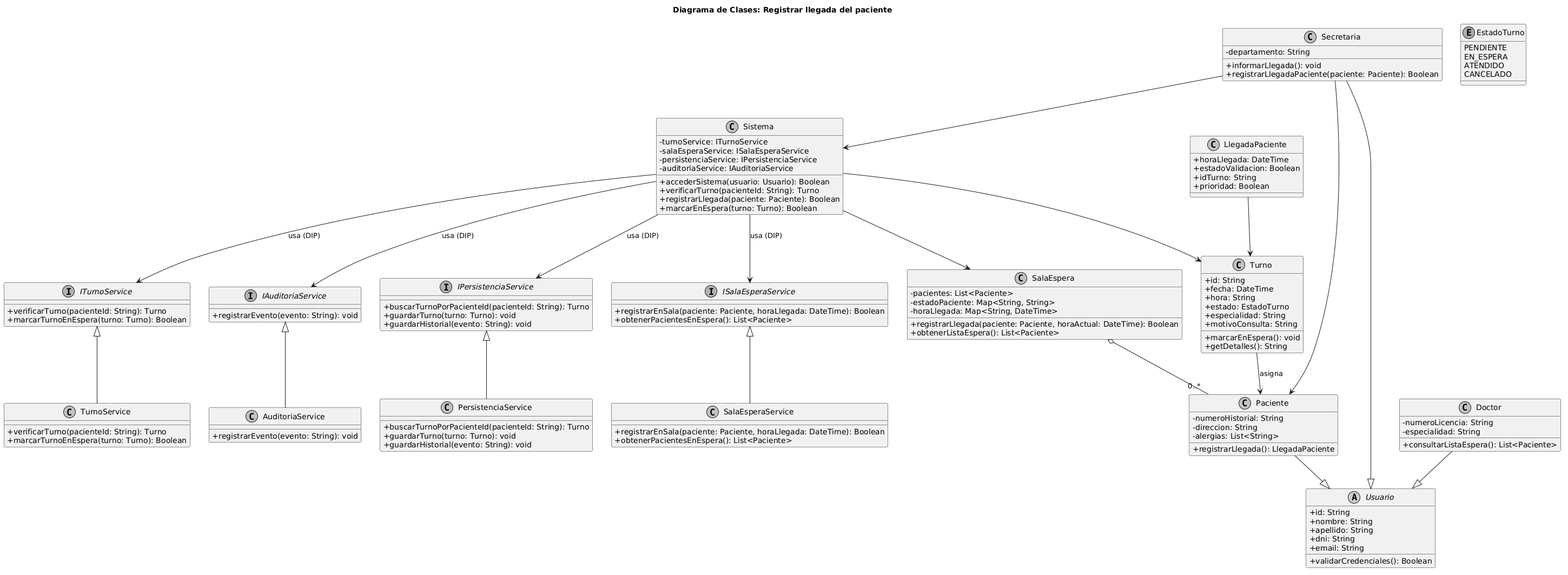
Earlier version of the PlantUML export diagramas/01-diagrama-clases/02-clases-registrar-llegada-02.png (FacundoGuiraldes/SistemaTurnosMedicos).
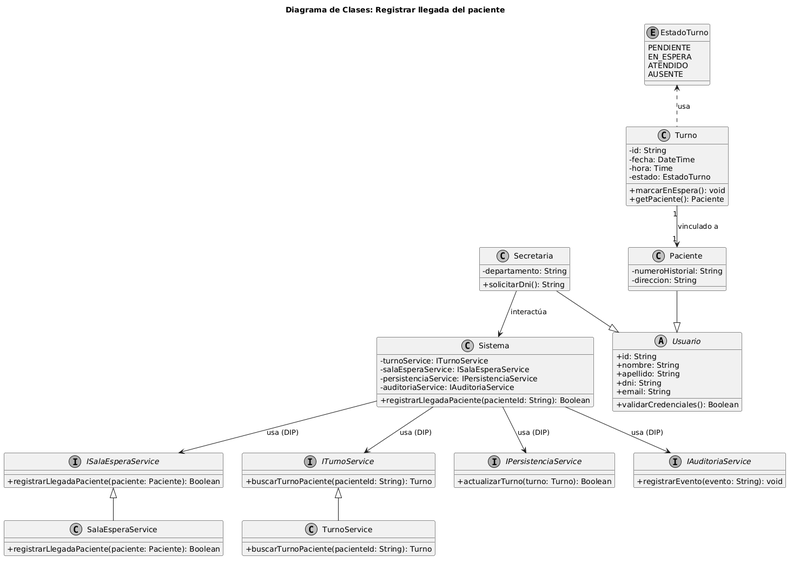
The same diagram one commit later.

Commit message:
docs(qa): unificar nomenclatura de metodos en CU2 para consistencia absoluta

The edit, as a diff of the source:
```diff
@@ -16,69 +16,39 @@
 class Paciente {
     -numeroHistorial: String
     -direccion: String
-    -alergias: List<String>
-    +registrarLlegada(): LlegadaPaciente
 }
 
 class Secretaria {
     -departamento: String
-    +informarLlegada(): void
-    +registrarLlegadaPaciente(paciente: Paciente): Boolean
+    +solicitarDni(): String
 }
 
-class Doctor {
-    -numeroLicencia: String
-    -especialidad: String
-    +consultarListaEspera(): List<Paciente>
+class Turno {
+    -id: String
+    -fecha: DateTime
+    -hora: Time
+    -estado: EstadoTurno
+    +marcarEnEspera(): void
+    +getPaciente(): Paciente
 }
 
 enum EstadoTurno {
     PENDIENTE
     EN_ESPERA
     ATENDIDO
-    CANCELADO
-}
-
-class Turno {
-    +id: String
-    +fecha: DateTime
-    +hora: String
-    +estado: EstadoTurno
-    +especialidad: String
-    +motivoConsulta: String
-    +marcarEnEspera(): void
-    +getDetalles(): String
-}
-
-class SalaEspera {
-    -pacientes: List<Paciente>
-    -estadoPaciente: Map<String, String>
-    -horaLlegada: Map<String, DateTime>
-    +registrarLlegada(paciente: Paciente, horaActual: DateTime): Boolean
-    +obtenerListaEspera(): List<Paciente>
-}
-
-class LlegadaPaciente {
-    +horaLlegada: DateTime
-    +estadoValidacion: Boolean
-    +idTurno: String
-    +prioridad: Boolean
+    AUSENTE
 }
 
 interface ITurnoService {
-    +verificarTurno(pacienteId: String): Turno
-    +marcarTurnoEnEspera(turno: Turno): Boolean
+    +buscarTurnoPaciente(pacienteId: String): Turno
 }
 
 interface ISalaEsperaService {
-    +registrarEnSala(paciente: Paciente, horaLlegada: DateTime): Boolean
-    +obtenerPacientesEnEspera(): List<Paciente>
+    +registrarLlegadaPaciente(paciente: Paciente): Boolean
 }
 
 interface IPersistenciaService {
-    +buscarTurnoPorPacienteId(pacienteId: String): Turno
-    +guardarTurno(turno: Turno): void
-    +guardarHistorial(evento: String): void
+    +actualizarTurno(turno: Turno): Boolean
 }
 
 interface IAuditoriaService {
@@ -90,35 +60,21 @@
     -salaEsperaService: ISalaEsperaService
     -persistenciaService: IPersistenciaService
     -auditoriaService: IAuditoriaService
-    +accederSistema(usuario: Usuario): Boolean
-    +verificarTurno(pacienteId: String): Turno
-    +registrarLlegada(paciente: Paciente): Boolean
-    +marcarEnEspera(turno: Turno): Boolean
+    +registrarLlegadaPaciente(pacienteId: String): Boolean
 }
 
 class TurnoService {
-    +verificarTurno(pacienteId: String): Turno
-    +marcarTurnoEnEspera(turno: Turno): Boolean
+    +buscarTurnoPaciente(pacienteId: String): Turno
 }
 
 class SalaEsperaService {
-    +registrarEnSala(paciente: Paciente, horaLlegada: DateTime): Boolean
-    +obtenerPacientesEnEspera(): List<Paciente>
-}
-
-class PersistenciaService {
-    +buscarTurnoPorPacienteId(pacienteId: String): Turno
-    +guardarTurno(turno: Turno): void
-    +guardarHistorial(evento: String): void
-}
-
-class AuditoriaService {
-    +registrarEvento(evento: String): void
+    +registrarLlegadaPaciente(paciente: Paciente): Boolean
 }
 
 Paciente --|> Usuario
 Secretaria --|> Usuario
-Doctor --|> Usuario
+Turno "1" --> "1" Paciente : vinculado a
+Turno .up.> EstadoTurno : usa
 
 Sistema --> ITurnoService : usa (DIP)
 Sistema --> ISalaEsperaService : usa (DIP)
@@ -127,14 +83,6 @@
 
 TurnoService -up-|> ITurnoService
 SalaEsperaService -up-|> ISalaEsperaService
-PersistenciaService -up-|> IPersistenciaService
-AuditoriaService -up-|> IAuditoriaService
 
-Sistema --> Turno
-Sistema --> SalaEspera
-SalaEspera o-- "0..*" Paciente
-Turno --> Paciente : asigna
-LlegadaPaciente --> Turno
-Secretaria --> Sistema
-Secretaria --> Paciente
+Secretaria --> Sistema : interactúa
 @enduml
```
